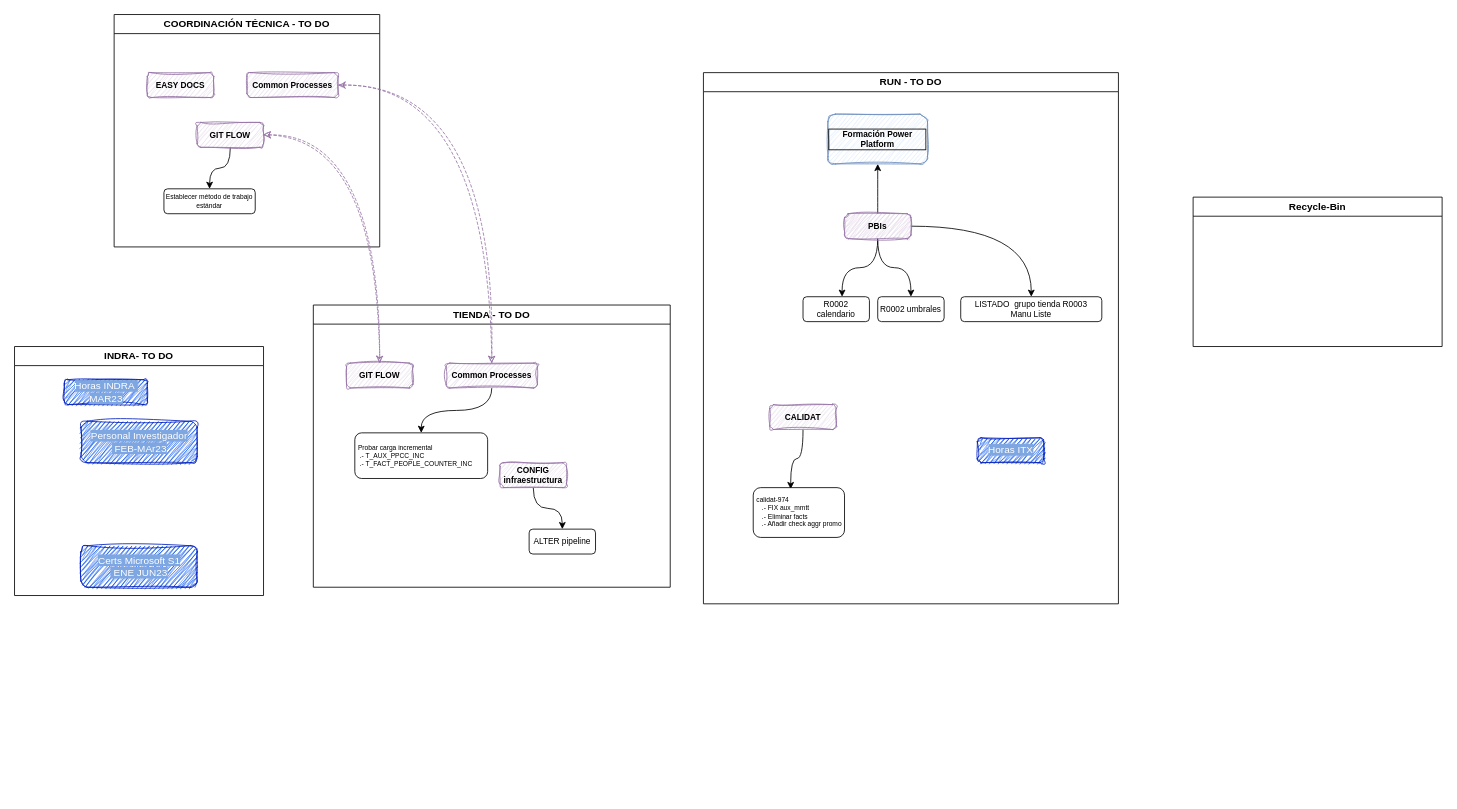
Above: Mockup_AAVV24h.drawio in efmpacheco/DIAGRAMS (draw.io), before the change. Source tidied: cells renumbered, new cells numbered last; positions are measured from the earlier drawing's top-left corner, leaving out a move shared by most shapes. Both pictures are drawn from the tidied source at 83%, with x=0, y=0 at pixel (14, 14).
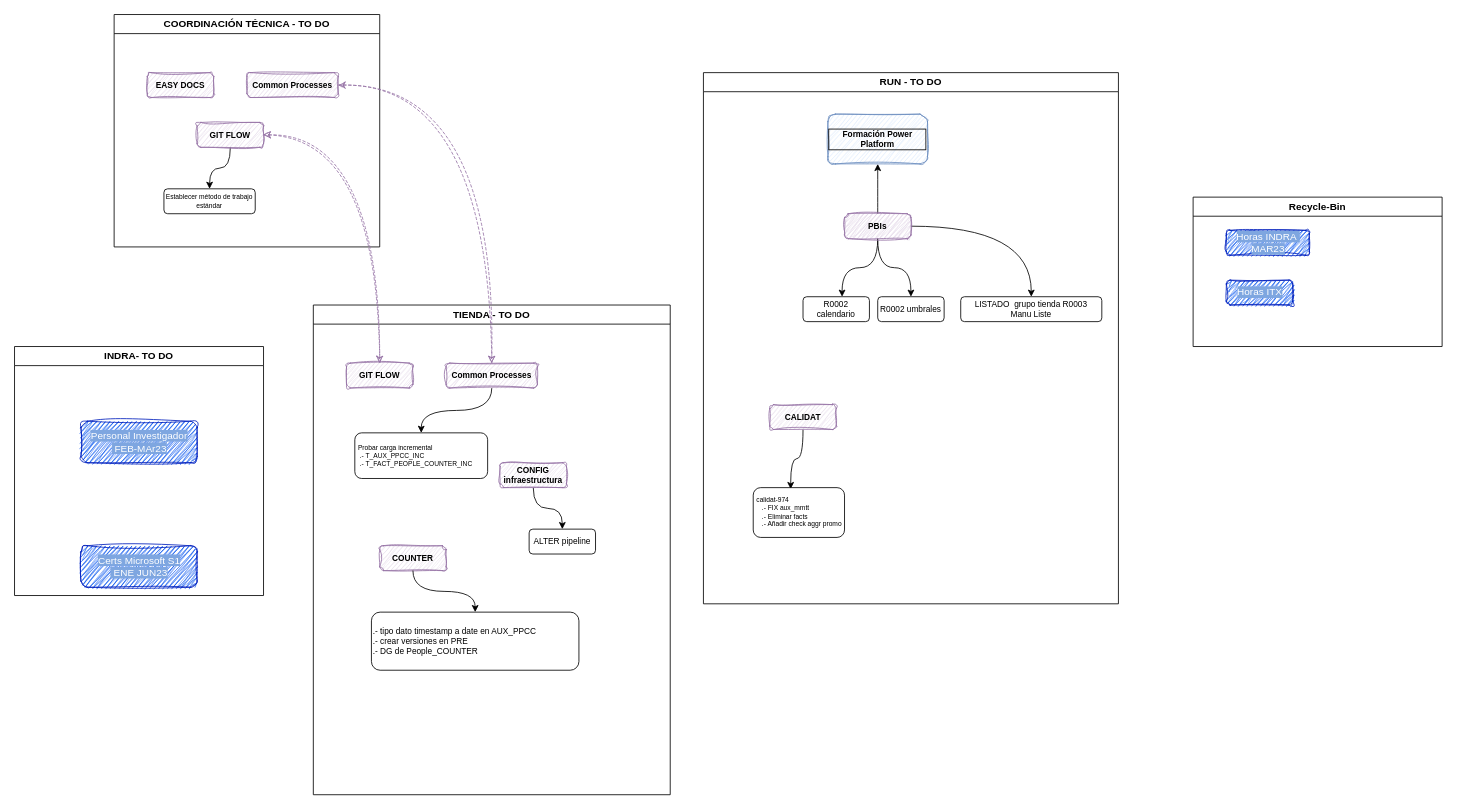
After the change.

Unchanged cells that the change refers to:
```xml
<mxCell id="8" value="RUN - TO DO" style="swimlane;whiteSpace=wrap;html=1;fontStyle=1;" parent="1" vertex="1">
  <mxGeometry x="830" y="70" width="500" height="640" as="geometry" />
</mxCell>
<mxCell id="32" value="Recycle-Bin" style="swimlane;whiteSpace=wrap;html=1;" parent="1" vertex="1">
  <mxGeometry x="1420" y="220" width="300" height="180" as="geometry" />
</mxCell>
<mxCell id="33" value="INDRA- TO DO" style="swimlane;whiteSpace=wrap;html=1;" parent="1" vertex="1">
  <mxGeometry y="400" width="300" height="300" as="geometry" />
</mxCell>
```

Diff of the diagram source:
```diff
@@
-    <mxCell id="21" value="&lt;span style=&quot;background-color: rgb(126, 166, 224);&quot;&gt;Horas ITX&lt;/span&gt;" style="rounded=1;html=1;sketch=1;curveFitting=1;jiggle=2;glass=0;fillStyle=zigzag;fillColor=#0050ef;strokeColor=#001DBC;fontColor=#FFFFFF;" parent="8" vertex="1">
-      <mxGeometry x="330" y="440" width="80" height="30" as="geometry" />
-    </mxCell>
     <mxCell id="22" value="TIENDA - TO DO" style="swimlane;whiteSpace=wrap;html=1;fontSize=12;" parent="1" vertex="1">
-      <mxGeometry x="360" y="350" width="430" height="340" as="geometry" />
+      <mxGeometry x="360" y="350" width="430" height="590" as="geometry" />
     </mxCell>
@@
+    <mxCell id="37" value=".- tipo dato timestamp a date en AUX_PPCC&lt;br&gt;.- crear versiones en PRE&lt;br&gt;.- DG de People_COUNTER" style="rounded=1;whiteSpace=wrap;html=1;fontSize=10;align=left;" parent="22" vertex="1">
+      <mxGeometry x="70" y="370" width="250" height="70" as="geometry" />
+    </mxCell>
+    <mxCell id="38" value="COUNTER" style="rounded=1;whiteSpace=wrap;html=1;fillColor=#e1d5e7;strokeColor=#9673a6;sketch=1;curveFitting=1;jiggle=2;fontStyle=1;fontSize=10;" parent="22" vertex="1">
+      <mxGeometry x="80" y="290" width="80" height="30" as="geometry" />
+    </mxCell>
+    <mxCell id="39" style="edgeStyle=orthogonalEdgeStyle;rounded=0;jettySize=auto;html=1;entryX=0.5;entryY=0;entryDx=0;entryDy=0;curved=1;exitX=0.5;exitY=1;exitDx=0;exitDy=0;" parent="22" edge="1" source="38" target="37">
+      <mxGeometry relative="1" as="geometry" />
+    </mxCell>
@@
+    <mxCell id="21" value="&lt;span style=&quot;background-color: rgb(126, 166, 224);&quot;&gt;Horas ITX&lt;/span&gt;" style="rounded=1;html=1;sketch=1;curveFitting=1;jiggle=2;glass=0;fillStyle=zigzag;fillColor=#0050ef;strokeColor=#001DBC;fontColor=#FFFFFF;" parent="32" vertex="1">
+      <mxGeometry x="40" y="100" width="80" height="30" as="geometry" />
+    </mxCell>
+    <mxCell id="35" value="&lt;span style=&quot;background-color: rgb(126, 166, 224);&quot;&gt;Horas INDRA&amp;nbsp;&lt;br&gt;MAR23&lt;br&gt;&lt;/span&gt;" style="rounded=1;html=1;sketch=1;curveFitting=1;jiggle=2;glass=0;fillStyle=zigzag;fillColor=#0050ef;strokeColor=#001DBC;fontColor=#FFFFFF;" parent="32" vertex="1">
+      <mxGeometry x="40" y="40" width="100" height="30" as="geometry" />
+    </mxCell>
@@
-    <mxCell id="35" value="&lt;span style=&quot;background-color: rgb(126, 166, 224);&quot;&gt;Horas INDRA&amp;nbsp;&lt;br&gt;MAR23&lt;br&gt;&lt;/span&gt;" style="rounded=1;html=1;sketch=1;curveFitting=1;jiggle=2;glass=0;fillStyle=zigzag;fillColor=#0050ef;strokeColor=#001DBC;fontColor=#FFFFFF;" parent="33" vertex="1">
-      <mxGeometry x="60" y="40" width="100" height="30" as="geometry" />
-    </mxCell>
```
